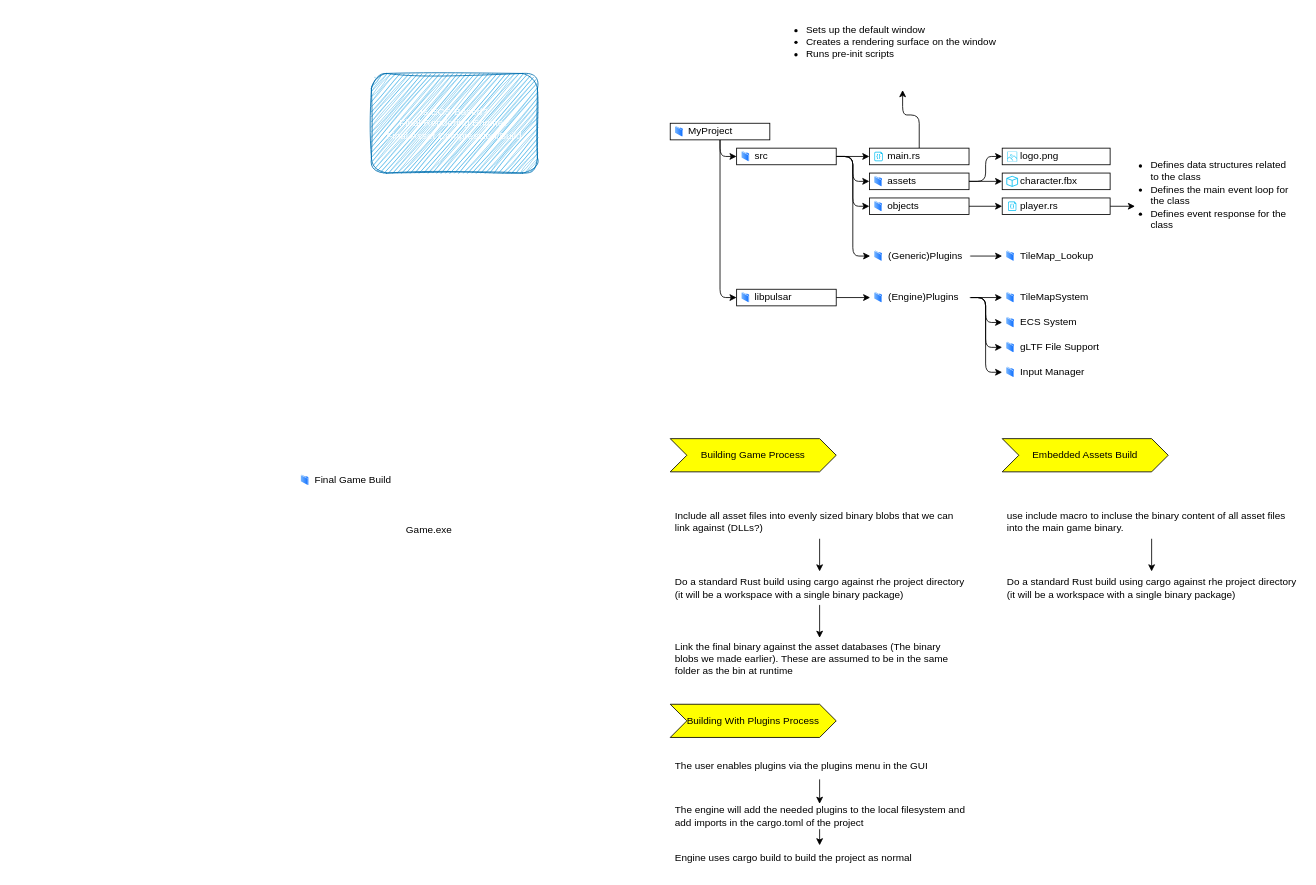
Earlier version of the draw.io diagram page "Pre-BuildTime" (1 of 2) of diagrams/engine_build_pipeline.drawio (Far-Beyond-Pulsar/Pulsar-Engine). Source tidied: cells renumbered, new cells numbered last; positions are measured from the earlier drawing's top-left corner, leaving out a move shared by most shapes. Both pictures are drawn from the tidied source at 83%, with x=0, y=0 at pixel (296, 23).
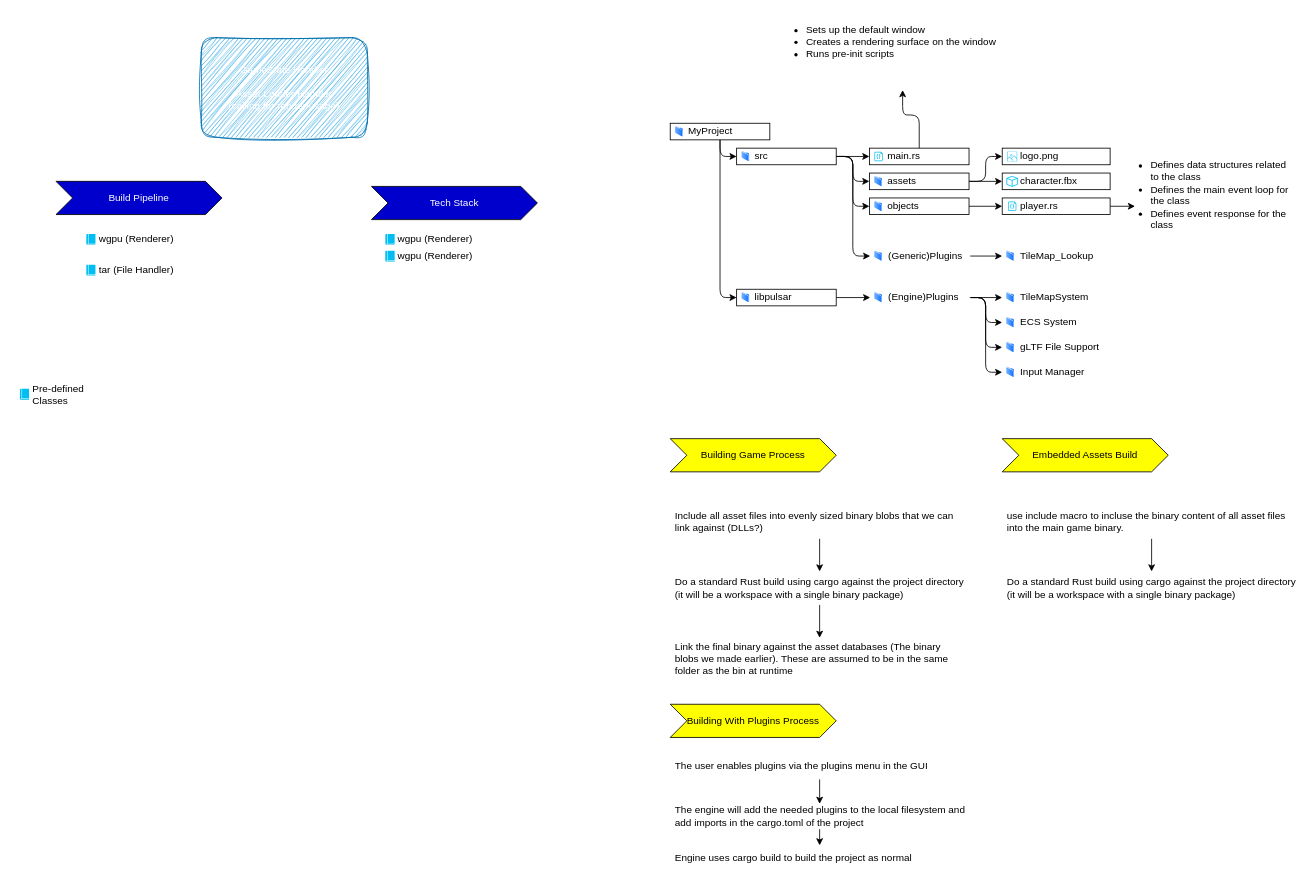
The same diagram, later.

The edit, as a diff of the source:
```diff
@@
-    <mxCell id="29" value="Is ECS Based?&lt;br&gt;Final Rendering Engine?&lt;br&gt;Final Asset Compression/Build" style="text;html=1;strokeColor=#006EAF;fillColor=#1ba1e2;align=center;verticalAlign=middle;whiteSpace=wrap;rounded=1;fontColor=#ffffff;shadow=0;sketch=1;curveFitting=1;jiggle=2;" parent="1" vertex="1">
-      <mxGeometry x="90" y="60" width="200" height="120" as="geometry" />
-    </mxCell>
@@
-    <mxCell id="66" value="Do a standard Rust build using cargo against rhe project directory (it will be a workspace with a single binary package)" style="rounded=0;whiteSpace=wrap;html=1;shadow=0;strokeColor=#FFFFFF;strokeWidth=1;fillColor=none;spacingLeft=4;align=left;spacing=2;spacingTop=4;spacingBottom=4;spacingRight=4;" parent="1" vertex="1">
+    <mxCell id="66" value="Do a standard Rust build using cargo against the project directory (it will be a workspace with a single binary package)" style="rounded=0;whiteSpace=wrap;html=1;shadow=0;strokeColor=#FFFFFF;strokeWidth=1;fillColor=none;spacingLeft=4;align=left;spacing=2;spacingTop=4;spacingBottom=4;spacingRight=4;" parent="1" vertex="1">
       <mxGeometry x="450" y="660" width="360" height="40" as="geometry" />
     </mxCell>
@@
-    <mxCell id="70" value="Do a standard Rust build using cargo against rhe project directory (it will be a workspace with a single binary package)" style="rounded=0;whiteSpace=wrap;html=1;shadow=0;strokeColor=#FFFFFF;strokeWidth=1;fillColor=none;spacingLeft=4;align=left;spacing=2;spacingTop=4;spacingBottom=4;spacingRight=4;" parent="1" vertex="1">
+    <mxCell id="70" value="Do a standard Rust build using cargo against the project directory (it will be a workspace with a single binary package)" style="rounded=0;whiteSpace=wrap;html=1;shadow=0;strokeColor=#FFFFFF;strokeWidth=1;fillColor=none;spacingLeft=4;align=left;spacing=2;spacingTop=4;spacingBottom=4;spacingRight=4;" parent="1" vertex="1">
       <mxGeometry x="850" y="660" width="360" height="40" as="geometry" />
     </mxCell>
@@
-    <mxCell id="72" style="group;" parent="1" vertex="1">
-      <mxGeometry y="540" width="130" height="20" as="geometry" />
-    </mxCell>
-    <mxCell id="73" value="Final Game Build" style="rounded=0;whiteSpace=wrap;html=1;shadow=0;strokeColor=#FFFFFF;strokeWidth=1;fillColor=none;spacingLeft=20;align=left;" parent="72" vertex="1">
-      <mxGeometry width="130" height="20" as="geometry" />
-    </mxCell>
-    <mxCell id="74" style="perimeter=ellipsePerimeter;html=1;align=left;shadow=0;dashed=0;spacingTop=3;image;image=img/lib/active_directory/folder.svg;spacingLeft=20;" parent="72" vertex="1">
-      <mxGeometry x="5" y="3.1" width="10" height="13.7" as="geometry" />
-    </mxCell>
-    <mxCell id="75" style="group;" parent="1" vertex="1">
-      <mxGeometry x="110" y="600" width="130" height="20" as="geometry" />
-    </mxCell>
-    <mxCell id="76" value="Game.exe" style="rounded=0;whiteSpace=wrap;html=1;shadow=0;strokeColor=#FFFFFF;strokeWidth=1;fillColor=none;spacingLeft=20;align=left;" parent="75" vertex="1">
-      <mxGeometry width="130" height="20" as="geometry" />
-    </mxCell>
@@
+    <mxCell id="82" style="group;" parent="1" vertex="1">
+      <mxGeometry x="100" y="250" width="175" height="20" as="geometry" />
+    </mxCell>
+    <mxCell id="83" style="group;" parent="82" vertex="1">
+      <mxGeometry width="175" height="20" as="geometry" />
+    </mxCell>
+    <mxCell id="84" style="group;" parent="83" vertex="1">
+      <mxGeometry width="175" height="20" as="geometry" />
+    </mxCell>
+    <mxCell id="85" value="wgpu (Renderer)" style="rounded=0;whiteSpace=wrap;html=1;shadow=0;strokeColor=#FFFFFF;strokeWidth=1;fillColor=none;spacingLeft=20;align=left;" parent="84" vertex="1">
+      <mxGeometry width="175" height="20" as="geometry" />
+    </mxCell>
+    <mxCell id="86" style="sketch=0;shadow=0;dashed=0;html=1;strokeColor=none;fillColor=#00BEF2;labelPosition=center;verticalLabelPosition=bottom;verticalAlign=top;align=center;shape=mxgraph.office.concepts.book_journal;rounded=0;strokeWidth=1;fontColor=#FFFFFF;" parent="84" vertex="1">
+      <mxGeometry x="6.8" y="3.5" width="11.2" height="13" as="geometry" />
+    </mxCell>
+    <mxCell id="87" value="Tech Stack" style="shape=step;perimeter=stepPerimeter;whiteSpace=wrap;html=1;fixedSize=1;rounded=0;shadow=0;sketch=0;strokeColor=#000000;strokeWidth=1;fillColor=#0000CC;fontColor=#FFFFFF;" parent="1" vertex="1">
+      <mxGeometry x="90" y="196.1" width="200" height="40" as="geometry" />
+    </mxCell>
+    <mxCell id="88" style="group;" parent="1" vertex="1">
+      <mxGeometry x="100" y="270" width="175" height="20" as="geometry" />
+    </mxCell>
+    <mxCell id="89" style="group;" parent="88" vertex="1">
+      <mxGeometry width="175" height="20" as="geometry" />
+    </mxCell>
+    <mxCell id="90" style="group;" parent="89" vertex="1">
+      <mxGeometry width="175" height="20" as="geometry" />
+    </mxCell>
+    <mxCell id="91" value="wgpu (Renderer)" style="rounded=0;whiteSpace=wrap;html=1;shadow=0;strokeColor=#FFFFFF;strokeWidth=1;fillColor=none;spacingLeft=20;align=left;" parent="90" vertex="1">
+      <mxGeometry width="175" height="20" as="geometry" />
+    </mxCell>
+    <mxCell id="92" style="sketch=0;shadow=0;dashed=0;html=1;strokeColor=none;fillColor=#00BEF2;labelPosition=center;verticalLabelPosition=bottom;verticalAlign=top;align=center;shape=mxgraph.office.concepts.book_journal;rounded=0;strokeWidth=1;fontColor=#FFFFFF;" parent="90" vertex="1">
+      <mxGeometry x="6.7" y="3.5" width="11.3" height="13" as="geometry" />
+    </mxCell>
+    <mxCell id="93" style="group;" parent="1" vertex="1">
+      <mxGeometry x="-260" y="250" width="130" height="20" as="geometry" />
+    </mxCell>
+    <mxCell id="94" value="wgpu (Renderer)" style="rounded=0;whiteSpace=wrap;html=1;shadow=0;strokeColor=#FFFFFF;strokeWidth=1;fillColor=none;spacingLeft=20;align=left;" parent="93" vertex="1">
+      <mxGeometry width="130" height="20" as="geometry" />
+    </mxCell>
+    <mxCell id="95" style="sketch=0;shadow=0;dashed=0;html=1;strokeColor=none;fillColor=#00BEF2;labelPosition=center;verticalLabelPosition=bottom;verticalAlign=top;align=center;shape=mxgraph.office.concepts.book_journal;rounded=0;strokeWidth=1;fontColor=#FFFFFF;" parent="93" vertex="1">
+      <mxGeometry x="6.5" y="3.5" width="11" height="13" as="geometry" />
+    </mxCell>
+    <mxCell id="96" value="Build Pipeline" style="shape=step;perimeter=stepPerimeter;whiteSpace=wrap;html=1;fixedSize=1;rounded=0;shadow=0;sketch=0;strokeColor=#000000;strokeWidth=1;fillColor=#0000CC;fontColor=#FFFFFF;" parent="1" vertex="1">
+      <mxGeometry x="-290" y="190" width="200" height="40" as="geometry" />
+    </mxCell>
+    <mxCell id="97" style="group;" parent="1" vertex="1">
+      <mxGeometry x="-260" y="286.9" width="130" height="20" as="geometry" />
+    </mxCell>
+    <mxCell id="98" value="tar (File Handler)" style="rounded=0;whiteSpace=wrap;html=1;shadow=0;strokeColor=#FFFFFF;strokeWidth=1;fillColor=none;spacingLeft=20;align=left;" parent="97" vertex="1">
+      <mxGeometry width="130" height="20" as="geometry" />
+    </mxCell>
+    <mxCell id="99" style="sketch=0;shadow=0;dashed=0;html=1;strokeColor=none;fillColor=#00BEF2;labelPosition=center;verticalLabelPosition=bottom;verticalAlign=top;align=center;shape=mxgraph.office.concepts.book_journal;rounded=0;strokeWidth=1;fontColor=#FFFFFF;" parent="97" vertex="1">
+      <mxGeometry x="6.5" y="3.5" width="11" height="13" as="geometry" />
+    </mxCell>
+    <mxCell id="100" value="GameState Handler&lt;br&gt;&lt;br&gt;Asset Loader/Handler&lt;br&gt;(calling for render/usage)" style="text;html=1;strokeColor=#006EAF;fillColor=#1ba1e2;align=center;verticalAlign=middle;whiteSpace=wrap;rounded=1;fontColor=#ffffff;shadow=0;sketch=1;curveFitting=1;jiggle=2;" parent="1" vertex="1">
+      <mxGeometry x="-115" y="16.9" width="200" height="120" as="geometry" />
+    </mxCell>
+    <mxCell id="101" style="group;" parent="1" vertex="1">
+      <mxGeometry x="-340" y="440" width="130" height="26.5" as="geometry" />
+    </mxCell>
+    <mxCell id="102" style="group;" parent="101" vertex="1">
+      <mxGeometry y="6.5" width="130" height="20" as="geometry" />
+    </mxCell>
+    <mxCell id="103" value="Pre-defined Classes" style="rounded=0;whiteSpace=wrap;html=1;shadow=0;strokeColor=#FFFFFF;strokeWidth=1;fillColor=none;spacingLeft=20;align=left;" parent="102" vertex="1">
+      <mxGeometry y="-20" width="130" height="40" as="geometry" />
+    </mxCell>
+    <mxCell id="104" style="sketch=0;shadow=0;dashed=0;html=1;strokeColor=none;fillColor=#00BEF2;labelPosition=center;verticalLabelPosition=bottom;verticalAlign=top;align=center;shape=mxgraph.office.concepts.book_journal;rounded=0;strokeWidth=1;fontColor=#FFFFFF;" parent="101" vertex="1">
+      <mxGeometry x="6.5" width="11" height="13" as="geometry" />
+    </mxCell>
```
